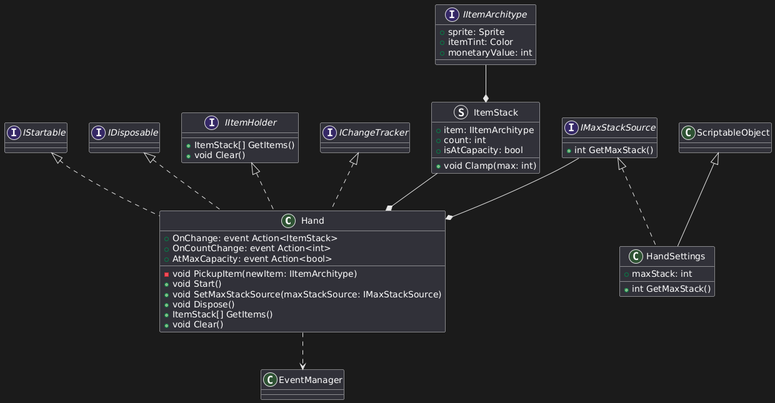
This is items_img.png from Dan-Mechanics/IntegratedGameplaySystem, a PlantUML export, as it was before one commit. Source of this version:
```plantuml
@startuml
class Hand implements IStartable, IDisposable, IItemHolder, IChangeTracker<ItemStack>
{
    + OnChange: event Action<ItemStack>
    + OnCountChange: event Action<int>
    + AtMaxCapacity: event Action<bool>
    - void PickupItem(newItem: IItemArchitype)
    + void Start()
    + void SetMaxStackSource(maxStackSource: IMaxStackSource)
    + void Dispose()
    + ItemStack[] GetItems()
    + void Clear()
}

class HandSettings extends ScriptableObject implements IMaxStackSource
{
    + maxStack: int
    + int GetMaxStack()
}

interface IItemArchitype
{
    + sprite: Sprite
    + itemTint: Color
    + monetaryValue: int
}

interface IItemHolder
{
    + ItemStack[] GetItems()
    + void Clear()
}

interface IMaxStackSource
{
    + int GetMaxStack()
}

struct ItemStack
{
    + item: IItemArchitype
    + count: int
    + isAtCapacity: bool
    + void Clamp(max: int)
}

IItemArchitype --* ItemStack
ItemStack --* Hand
IMaxStackSource --* Hand
Hand ..> EventManager
@enduml
```
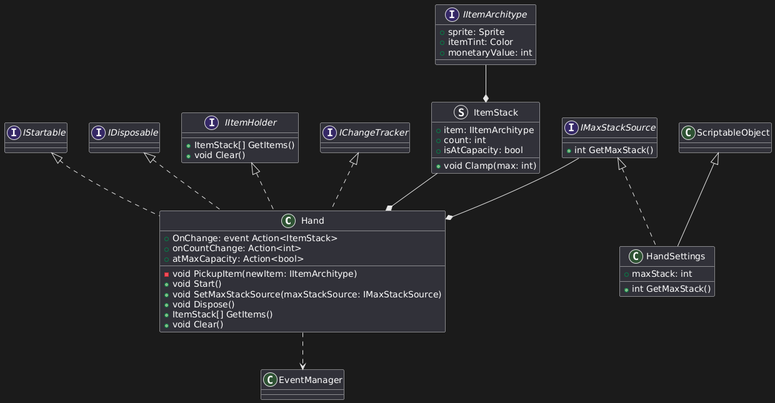
The same file after the commit.

Change to the diagram source:
```diff
@@ -2,8 +2,8 @@
 class Hand implements IStartable, IDisposable, IItemHolder, IChangeTracker<ItemStack>
 {
     + OnChange: event Action<ItemStack>
-    + OnCountChange: event Action<int>
-    + AtMaxCapacity: event Action<bool>
+    + onCountChange: Action<int>
+    + atMaxCapacity: Action<bool>
     - void PickupItem(newItem: IItemArchitype)
     + void Start()
     + void SetMaxStackSource(maxStackSource: IMaxStackSource)
```
